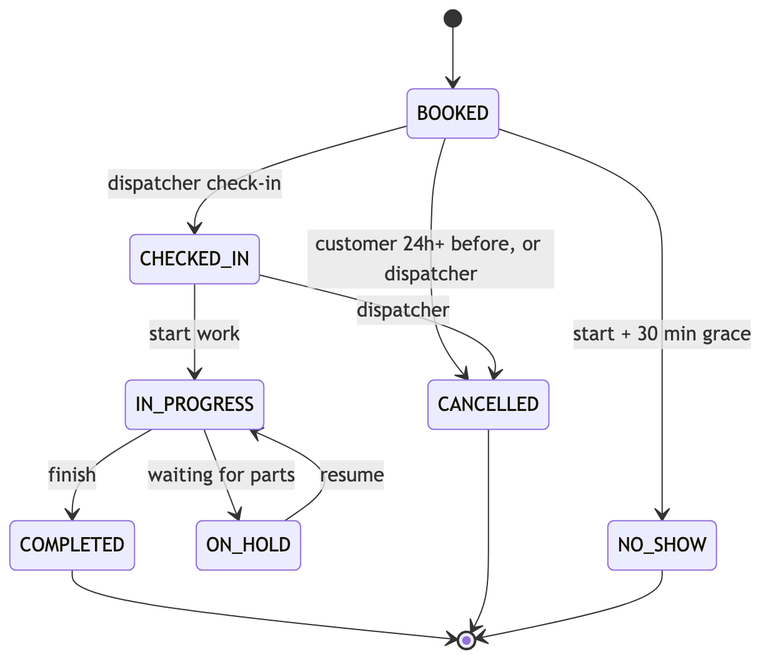
Earlier version of the Mermaid export docs/diagrams/04-lifecycle.png (leole20236/unified-service-scheduler). Its source is kept beside it as docs/diagrams/04-lifecycle.mmd.
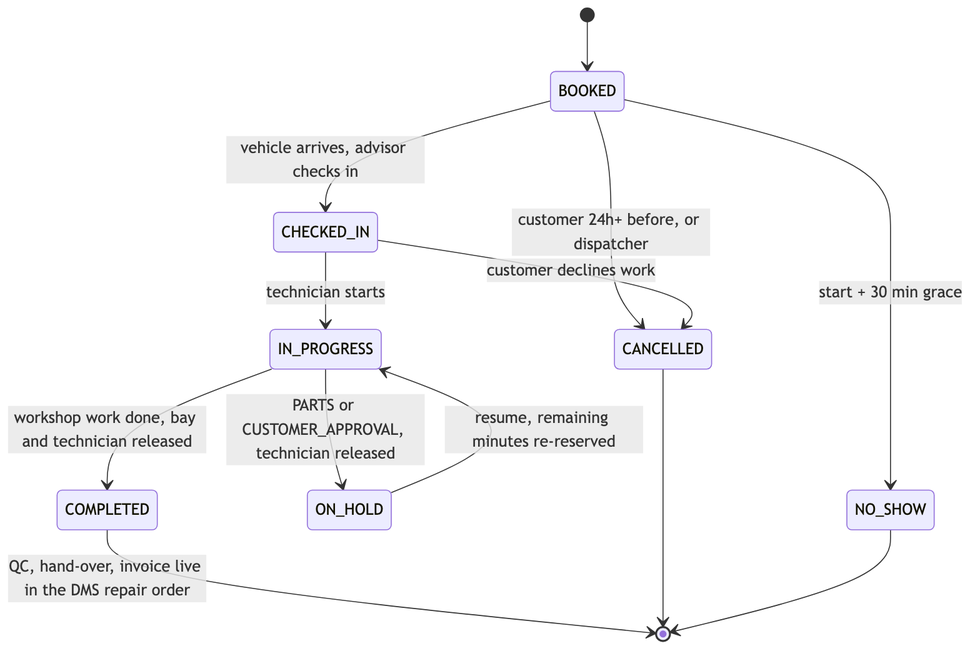
The same file after the commit.

Commit message:
docs: realistic appointment lifecycle and implementation plan

The edit, as a diff of the source:
```diff
@@ -1,13 +1,13 @@
 stateDiagram-v2
     [*] --> BOOKED
-    BOOKED --> CHECKED_IN : dispatcher check-in
+    BOOKED --> CHECKED_IN : vehicle arrives, advisor checks in
     BOOKED --> CANCELLED : customer 24h+ before, or dispatcher
     BOOKED --> NO_SHOW : start + 30 min grace
-    CHECKED_IN --> IN_PROGRESS : start work
-    CHECKED_IN --> CANCELLED : dispatcher
-    IN_PROGRESS --> ON_HOLD : waiting for parts
-    ON_HOLD --> IN_PROGRESS : resume
-    IN_PROGRESS --> COMPLETED : finish
-    COMPLETED --> [*]
+    CHECKED_IN --> IN_PROGRESS : technician starts
+    CHECKED_IN --> CANCELLED : customer declines work
+    IN_PROGRESS --> ON_HOLD : PARTS or CUSTOMER_APPROVAL, technician released
+    ON_HOLD --> IN_PROGRESS : resume, remaining minutes re-reserved
+    IN_PROGRESS --> COMPLETED : workshop work done, bay and technician released
+    COMPLETED --> [*] : QC, hand-over, invoice live in the DMS repair order
     CANCELLED --> [*]
     NO_SHOW --> [*]
```
